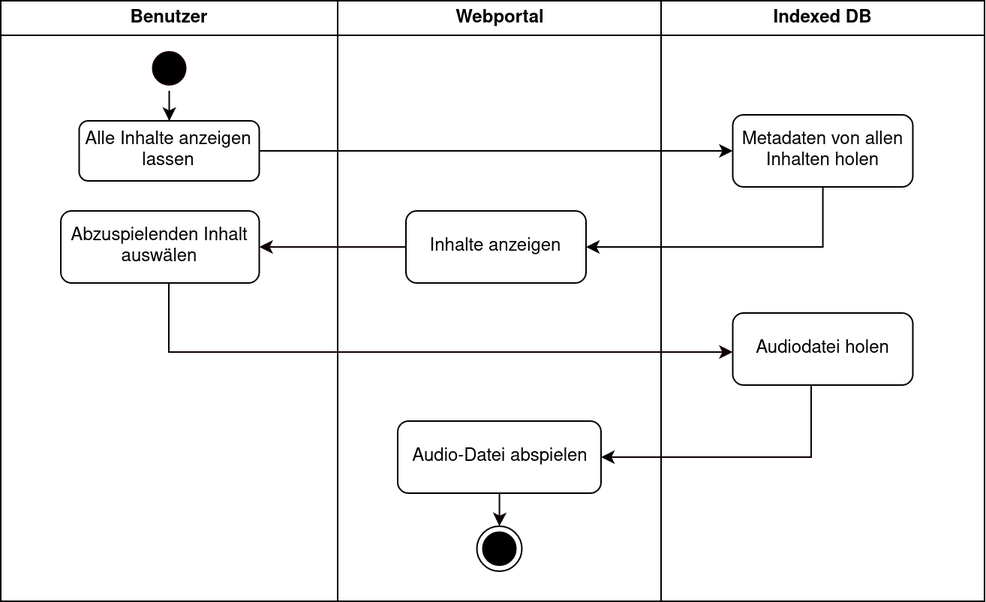
The draw.io diagram tex/bilder/diagramme/ablauf-indexed-db-abspielen.png in schalterDev/Bachelor-Thesis, before a commit. Source tidied: cells renumbered, new cells last; positions are measured from the earlier drawing's top-left corner, leaving out a move shared by most shapes.
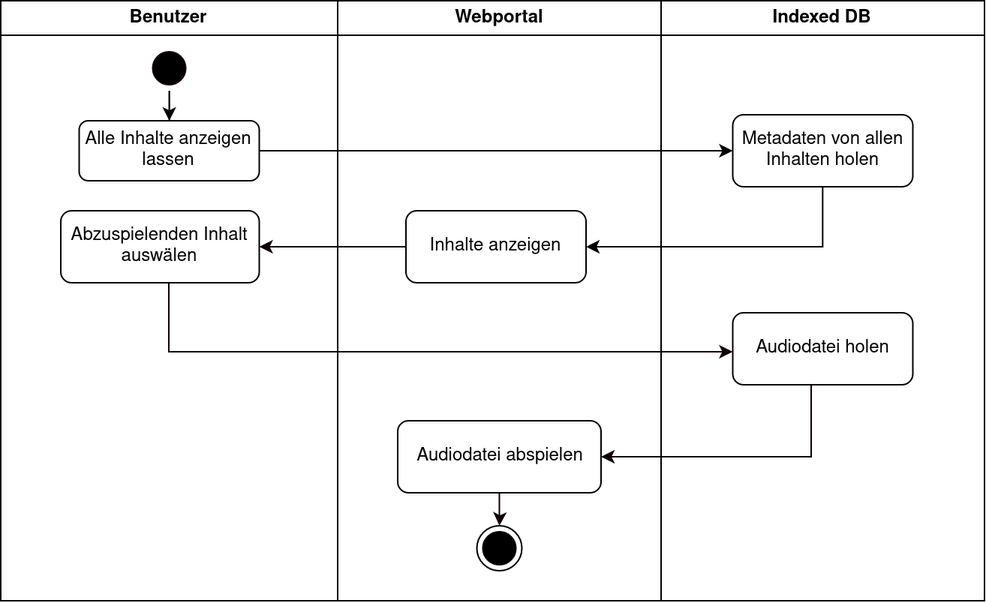
The same file after the commit.

Diff of the diagram source:
```diff
@@ -29,7 +29,7 @@
     <mxCell id="10" style="edgeStyle=orthogonalEdgeStyle;rounded=0;jettySize=auto;html=1;strokeColor=#0F0000;" parent="7" edge="1" source="11" target="9">
       <mxGeometry relative="1" as="geometry" />
     </mxCell>
-    <mxCell id="11" value="Audio-Datei abspielen" style="rounded=1;whiteSpace=wrap;html=1;" parent="7" vertex="1">
+    <mxCell id="11" value="Audiodatei abspielen" style="rounded=1;whiteSpace=wrap;html=1;" parent="7" vertex="1">
       <mxGeometry x="40" y="280" width="135.5" height="48" as="geometry" />
     </mxCell>
     <mxCell id="12" value="Indexed DB" style="swimlane;whiteSpace=wrap;startSize=23;" parent="1" vertex="1">
```
